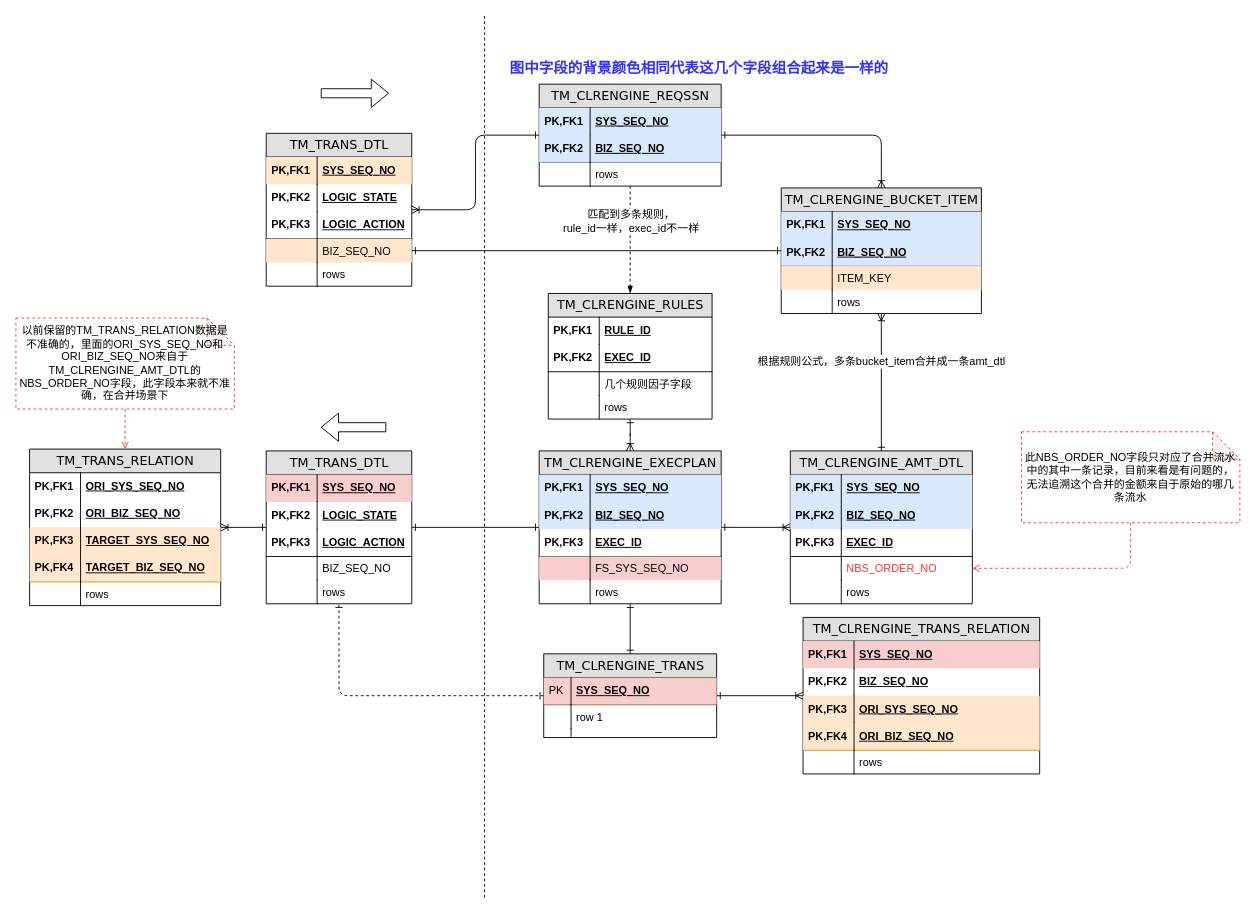
The draw.io diagram 清算引擎数据结构图.drawio in staconfree/design, before the edit. Source tidied: cells renumbered, new cells numbered last; positions are measured from the earlier drawing's top-left corner, leaving out a move shared by most shapes. Both pictures are drawn from the tidied source at 91%, with x=0, y=0 at pixel (15, 15).
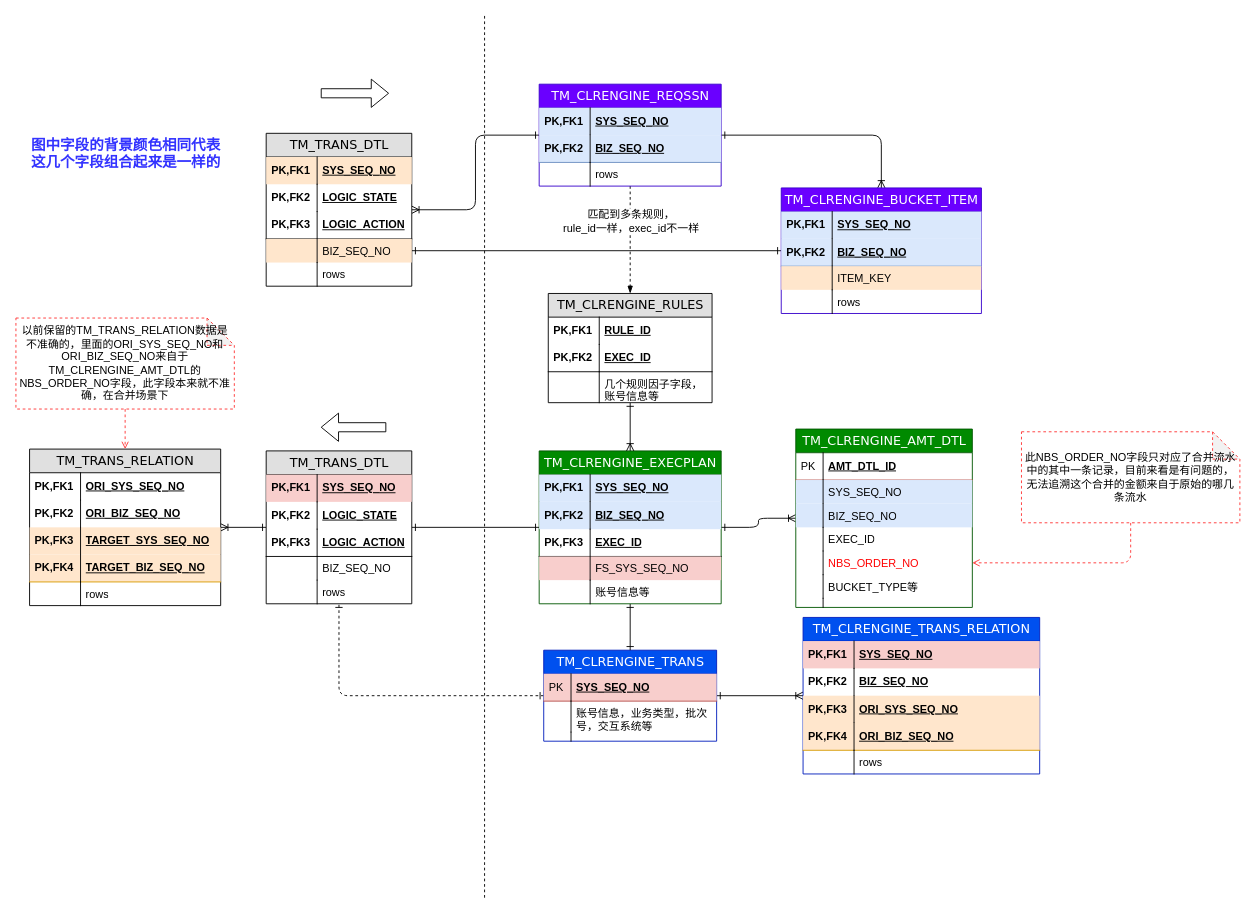
The same diagram, later.

Commit message:
更新清算引擎数据结构图.drawio

The change refers to these unchanged cells:
```xml
<mxCell id="94" value="&lt;div&gt;此NBS_ORDER_NO字段只对应了合并流水中的其中一条记录，目前来看是有问题的，无法追溯这个合并的金额来自于原始的哪几条流水&lt;/div&gt;" style="shape=note;whiteSpace=wrap;html=1;backgroundOutline=1;darkOpacity=0.05;dashed=1;strokeColor=#FF3333;" parent="1" vertex="1">
  <mxGeometry x="1105" y="457" width="240" height="100" as="geometry" />
</mxCell>
<mxCell id="97" value="&lt;div&gt;TM_TRANS_RELATION&lt;/div&gt;" style="swimlane;html=1;fontStyle=0;horizontal=1;startSize=26;fillColor=#e0e0e0;swimlaneFillColor=#ffffff;align=center;rounded=0;shadow=0;comic=0;labelBackgroundColor=none;strokeColor=#000000;strokeWidth=1;fontFamily=Verdana;fontSize=14;fontColor=#000000;" parent="1" vertex="1">
  <mxGeometry x="15" y="476" width="210" height="172" as="geometry" />
</mxCell>
```

Change to the diagram source:
```diff
@@
-    <mxCell id="4" value="TM_CLRENGINE_TRANS" style="swimlane;html=1;fontStyle=0;horizontal=1;startSize=26;fillColor=#e0e0e0;swimlaneFillColor=#ffffff;align=center;rounded=0;shadow=0;comic=0;labelBackgroundColor=none;strokeColor=#000000;strokeWidth=1;fontFamily=Verdana;fontSize=14;fontColor=#000000;swimlaneLine=1;" parent="1" vertex="1">
-      <mxGeometry x="580" y="701" width="190" height="92" as="geometry" />
+    <mxCell id="4" value="TM_CLRENGINE_TRANS" style="swimlane;html=1;fontStyle=0;horizontal=1;startSize=26;fillColor=#0050ef;swimlaneFillColor=#ffffff;align=center;rounded=0;shadow=0;comic=0;labelBackgroundColor=none;strokeColor=#001DBC;strokeWidth=1;fontFamily=Verdana;fontSize=14;swimlaneLine=1;fontColor=#ffffff;" parent="1" vertex="1">
+      <mxGeometry x="580" y="697" width="190" height="100" as="geometry" />
     </mxCell>
@@
-    <mxCell id="7" value="row 1" style="shape=partialRectangle;top=0;left=0;right=0;bottom=0;html=1;align=left;verticalAlign=top;fillColor=none;spacingLeft=34;spacingRight=4;whiteSpace=wrap;overflow=hidden;" parent="4" vertex="1">
-      <mxGeometry y="56" width="190" height="26" as="geometry" />
+    <mxCell id="7" value="账号信息，业务类型，批次号，交互系统等" style="shape=partialRectangle;top=0;left=0;right=0;bottom=0;html=1;align=left;verticalAlign=top;fillColor=none;spacingLeft=34;spacingRight=4;whiteSpace=wrap;overflow=hidden;" parent="4" vertex="1">
+      <mxGeometry y="56" width="190" height="34" as="geometry" />
     </mxCell>
     <mxCell id="8" style="shape=partialRectangle;top=0;left=0;bottom=0;html=1;fillColor=none;align=left;verticalAlign=top;spacingLeft=4;spacingRight=4;whiteSpace=wrap;overflow=hidden;" parent="7" vertex="1">
-      <mxGeometry width="30" height="26" as="geometry" />
+      <mxGeometry width="30" height="34" as="geometry" />
     </mxCell>
     <mxCell id="9" style="shape=partialRectangle;top=0;left=0;right=0;bottom=0;html=1;align=left;verticalAlign=top;fillColor=none;spacingLeft=34;spacingRight=4;whiteSpace=wrap;overflow=hidden;" parent="4" vertex="1">
-      <mxGeometry y="82" width="190" height="10" as="geometry" />
+      <mxGeometry y="90" width="190" height="10" as="geometry" />
     </mxCell>
@@
-    <mxCell id="27" value="TM_CLRENGINE_REQSSN" style="swimlane;html=1;fontStyle=0;horizontal=1;startSize=26;fillColor=#e0e0e0;swimlaneFillColor=#ffffff;align=center;rounded=0;shadow=0;comic=0;labelBackgroundColor=none;strokeColor=#000000;strokeWidth=1;fontFamily=Verdana;fontSize=14;fontColor=#000000;" parent="1" vertex="1">
+    <mxCell id="27" value="TM_CLRENGINE_REQSSN" style="swimlane;html=1;fontStyle=0;horizontal=1;startSize=26;fillColor=#6a00ff;swimlaneFillColor=#ffffff;align=center;rounded=0;shadow=0;comic=0;labelBackgroundColor=none;strokeColor=#3700CC;strokeWidth=1;fontFamily=Verdana;fontSize=14;fontColor=#ffffff;" parent="1" vertex="1">
       <mxGeometry x="575" y="75" width="200" height="112" as="geometry" />
     </mxCell>
@@
-    <mxCell id="37" value="TM_CLRENGINE_EXECPLAN" style="swimlane;html=1;fontStyle=0;horizontal=1;startSize=26;fillColor=#e0e0e0;swimlaneFillColor=#ffffff;align=center;rounded=0;shadow=0;comic=0;labelBackgroundColor=none;strokeColor=#000000;strokeWidth=1;fontFamily=Verdana;fontSize=14;fontColor=#000000;" parent="1" vertex="1">
+    <mxCell id="37" value="TM_CLRENGINE_EXECPLAN" style="swimlane;html=1;fontStyle=0;horizontal=1;startSize=26;fillColor=#008a00;swimlaneFillColor=#ffffff;align=center;rounded=0;shadow=0;comic=0;labelBackgroundColor=none;strokeColor=#005700;strokeWidth=1;fontFamily=Verdana;fontSize=14;fontColor=#ffffff;" parent="1" vertex="1">
       <mxGeometry x="575" y="478" width="200" height="168" as="geometry" />
     </mxCell>
@@
-    <mxCell id="46" value="&lt;div&gt;rows&lt;/div&gt;" style="shape=partialRectangle;top=0;left=0;right=0;bottom=0;html=1;align=left;verticalAlign=top;fillColor=none;spacingLeft=60;spacingRight=4;whiteSpace=wrap;overflow=hidden;" parent="37" vertex="1">
+    <mxCell id="46" value="账号信息等" style="shape=partialRectangle;top=0;left=0;right=0;bottom=0;html=1;align=left;verticalAlign=top;fillColor=none;spacingLeft=60;spacingRight=4;whiteSpace=wrap;overflow=hidden;" parent="37" vertex="1">
       <mxGeometry y="142" width="200" height="26" as="geometry" />
     </mxCell>
@@
-    <mxCell id="48" style="edgeStyle=orthogonalEdgeStyle;rounded=1;jettySize=auto;html=1;startArrow=ERoneToMany;startFill=0;endArrow=ERone;endFill=0;" parent="1" edge="1" source="50" target="59">
-      <mxGeometry relative="1" as="geometry" />
-    </mxCell>
-    <mxCell id="49" value="根据规则公式，多条bucket_item合并成一条amt_dtl" style="text;html=1;align=center;verticalAlign=middle;labelBackgroundColor=#ffffff;" parent="48" vertex="1">
-      <mxGeometry x="-0.31" y="-1" relative="1" as="geometry" />
-    </mxCell>
-    <mxCell id="50" value="TM_CLRENGINE_BUCKET_ITEM" style="swimlane;html=1;fontStyle=0;horizontal=1;startSize=26;fillColor=#e0e0e0;swimlaneFillColor=#ffffff;align=center;rounded=0;shadow=0;comic=0;labelBackgroundColor=none;strokeColor=#000000;strokeWidth=1;fontFamily=Verdana;fontSize=14;fontColor=#000000;" parent="1" vertex="1">
+    <mxCell id="50" value="TM_CLRENGINE_BUCKET_ITEM" style="swimlane;html=1;fontStyle=0;horizontal=1;startSize=26;fillColor=#6a00ff;swimlaneFillColor=#ffffff;align=center;rounded=0;shadow=0;comic=0;labelBackgroundColor=none;strokeColor=#3700CC;strokeWidth=1;fontFamily=Verdana;fontSize=14;fontColor=#ffffff;" parent="1" vertex="1">
       <mxGeometry x="841" y="189" width="220" height="138" as="geometry" />
     </mxCell>
@@
-    <mxCell id="59" value="TM_CLRENGINE_AMT_DTL" style="swimlane;html=1;fontStyle=0;horizontal=1;startSize=26;fillColor=#e0e0e0;swimlaneFillColor=#ffffff;align=center;rounded=0;shadow=0;comic=0;labelBackgroundColor=none;strokeColor=#000000;strokeWidth=1;fontFamily=Verdana;fontSize=14;fontColor=#000000;" parent="1" vertex="1">
-      <mxGeometry x="851" y="478" width="200" height="168" as="geometry" />
-    </mxCell>
-    <mxCell id="60" value="SYS_SEQ_NO" style="shape=partialRectangle;top=0;left=0;right=0;bottom=0;html=1;align=left;verticalAlign=middle;fillColor=#dae8fc;spacingLeft=60;spacingRight=4;whiteSpace=wrap;overflow=hidden;fontStyle=5;strokeColor=#6c8ebf;" parent="59" vertex="1">
-      <mxGeometry y="26" width="200" height="30" as="geometry" />
-    </mxCell>
-    <mxCell id="61" value="PK,FK1" style="shape=partialRectangle;fontStyle=1;top=0;left=0;bottom=0;html=1;fillColor=none;align=left;verticalAlign=middle;spacingLeft=4;spacingRight=4;whiteSpace=wrap;overflow=hidden;" parent="60" vertex="1">
-      <mxGeometry width="56" height="30" as="geometry" />
-    </mxCell>
-    <mxCell id="62" value="BIZ_SEQ_NO" style="shape=partialRectangle;top=0;left=0;right=0;bottom=0;html=1;align=left;verticalAlign=middle;fillColor=#dae8fc;spacingLeft=60;spacingRight=4;whiteSpace=wrap;overflow=hidden;fontStyle=5;strokeColor=#6c8ebf;" parent="59" vertex="1">
-      <mxGeometry y="56" width="200" height="30" as="geometry" />
-    </mxCell>
-    <mxCell id="63" value="PK,FK2" style="shape=partialRectangle;fontStyle=1;top=0;left=0;bottom=0;html=1;fillColor=none;align=left;verticalAlign=middle;spacingLeft=4;spacingRight=4;whiteSpace=wrap;overflow=hidden;" parent="62" vertex="1">
-      <mxGeometry width="56" height="30" as="geometry" />
-    </mxCell>
-    <mxCell id="64" value="EXEC_ID" style="shape=partialRectangle;top=0;left=0;right=0;bottom=1;html=1;align=left;verticalAlign=middle;fillColor=none;spacingLeft=60;spacingRight=4;whiteSpace=wrap;overflow=hidden;fontStyle=5;" parent="59" vertex="1">
-      <mxGeometry y="86" width="200" height="30" as="geometry" />
-    </mxCell>
-    <mxCell id="65" value="&lt;div&gt;PK,FK3&lt;/div&gt;" style="shape=partialRectangle;fontStyle=1;top=0;left=0;bottom=0;html=1;fillColor=none;align=left;verticalAlign=middle;spacingLeft=4;spacingRight=4;whiteSpace=wrap;overflow=hidden;" parent="64" vertex="1">
-      <mxGeometry width="56" height="30" as="geometry" />
-    </mxCell>
-    <mxCell id="66" value="NBS_ORDER_NO" style="shape=partialRectangle;top=0;left=0;right=0;bottom=0;html=1;align=left;verticalAlign=top;fillColor=none;spacingLeft=60;spacingRight=4;whiteSpace=wrap;overflow=hidden;points=[[0,0.5],[1,0.5]];portConstraint=eastwest;fontColor=#FF3333;" parent="59" vertex="1">
-      <mxGeometry y="116" width="200" height="26" as="geometry" />
-    </mxCell>
-    <mxCell id="67" style="shape=partialRectangle;top=0;left=0;bottom=0;html=1;fillColor=none;align=left;verticalAlign=top;spacingLeft=4;spacingRight=4;whiteSpace=wrap;overflow=hidden;" parent="66" vertex="1">
-      <mxGeometry width="56" height="26" as="geometry" />
-    </mxCell>
-    <mxCell id="68" value="&lt;div&gt;rows&lt;/div&gt;" style="shape=partialRectangle;top=0;left=0;right=0;bottom=0;html=1;align=left;verticalAlign=top;fillColor=none;spacingLeft=60;spacingRight=4;whiteSpace=wrap;overflow=hidden;" parent="59" vertex="1">
-      <mxGeometry y="142" width="200" height="26" as="geometry" />
-    </mxCell>
-    <mxCell id="69" style="shape=partialRectangle;top=0;left=0;bottom=0;html=1;fillColor=none;align=left;verticalAlign=top;spacingLeft=4;spacingRight=4;whiteSpace=wrap;overflow=hidden;" parent="68" vertex="1">
-      <mxGeometry width="56" height="26" as="geometry" />
-    </mxCell>
@@
     <mxCell id="84" value="TM_CLRENGINE_RULES" style="swimlane;html=1;fontStyle=0;horizontal=1;startSize=26;fillColor=#e0e0e0;swimlaneFillColor=#ffffff;align=center;rounded=0;shadow=0;comic=0;labelBackgroundColor=none;strokeColor=#000000;strokeWidth=1;fontFamily=Verdana;fontSize=14;fontColor=#000000;" parent="1" vertex="1">
-      <mxGeometry x="585" y="305" width="180" height="138" as="geometry" />
+      <mxGeometry x="585" y="305" width="180" height="120" as="geometry" />
     </mxCell>
@@
-    <mxCell id="89" value="几个规则因子字段" style="shape=partialRectangle;top=0;left=0;right=0;bottom=0;html=1;align=left;verticalAlign=top;fillColor=none;spacingLeft=60;spacingRight=4;whiteSpace=wrap;overflow=hidden;" parent="84" vertex="1">
-      <mxGeometry y="86" width="180" height="26" as="geometry" />
+    <mxCell id="89" value="几个规则因子字段，账号信息等" style="shape=partialRectangle;top=0;left=0;right=0;bottom=0;html=1;align=left;verticalAlign=top;fillColor=none;spacingLeft=60;spacingRight=4;whiteSpace=wrap;overflow=hidden;" parent="84" vertex="1">
+      <mxGeometry y="86" width="180" height="34" as="geometry" />
     </mxCell>
     <mxCell id="90" style="shape=partialRectangle;top=0;left=0;bottom=0;html=1;fillColor=none;align=left;verticalAlign=top;spacingLeft=4;spacingRight=4;whiteSpace=wrap;overflow=hidden;" parent="89" vertex="1">
-      <mxGeometry width="56" height="26" as="geometry" />
+      <mxGeometry width="56" height="34" as="geometry" />
     </mxCell>
-    <mxCell id="91" value="&lt;div&gt;rows&lt;/div&gt;" style="shape=partialRectangle;top=0;left=0;right=0;bottom=0;html=1;align=left;verticalAlign=top;fillColor=none;spacingLeft=60;spacingRight=4;whiteSpace=wrap;overflow=hidden;" parent="84" vertex="1">
-      <mxGeometry y="112" width="180" height="26" as="geometry" />
-    </mxCell>
-    <mxCell id="92" style="shape=partialRectangle;top=0;left=0;bottom=0;html=1;fillColor=none;align=left;verticalAlign=top;spacingLeft=4;spacingRight=4;whiteSpace=wrap;overflow=hidden;" parent="91" vertex="1">
-      <mxGeometry width="56" height="26" as="geometry" />
-    </mxCell>
-    <mxCell id="93" style="edgeStyle=orthogonalEdgeStyle;rounded=1;jettySize=auto;html=1;startArrow=none;startFill=0;endArrow=open;endFill=0;dashed=1;strokeColor=#FF3333;" parent="1" edge="1" source="94" target="66">
+    <mxCell id="93" style="edgeStyle=orthogonalEdgeStyle;rounded=1;jettySize=auto;html=1;startArrow=none;startFill=0;endArrow=open;endFill=0;dashed=1;strokeColor=#FF3333;entryX=1;entryY=0.5;entryDx=0;entryDy=0;" parent="1" edge="1" source="94" target="66">
       <mxGeometry relative="1" as="geometry" />
     </mxCell>
@@
-    <mxCell id="102" value="TARGET_SYS_SEQ_NO" style="shape=partialRectangle;top=0;left=0;right=0;bottom=0;html=1;align=left;verticalAlign=middle;fillColor=#ffe6cc;spacingLeft=60;spacingRight=4;whiteSpace=wrap;overflow=hidden;fontStyle=5;strokeColor=#d79b00;" parent="97" vertex="1">
+    <mxCell id="102" value="TARGET_SYS_SEQ_NO" style="shape=partialRectangle;top=0;left=0;right=0;bottom=0;html=1;align=left;verticalAlign=middle;fillColor=#FFE6CC;spacingLeft=60;spacingRight=4;whiteSpace=wrap;overflow=hidden;fontStyle=5;strokeColor=#d79b00;" parent="97" vertex="1">
       <mxGeometry y="86" width="210" height="30" as="geometry" />
     </mxCell>
@@
-    <mxCell id="110" value="图中字段的背景颜色相同代表这几个字段组合起来是一样的" style="text;html=1;align=left;verticalAlign=top;spacingTop=-4;fontStyle=1;fontSize=16;fontColor=#3333FF;" parent="1" vertex="1">
-      <mxGeometry x="541" y="45" width="410" height="20" as="geometry" />
+    <mxCell id="110" value="&lt;div&gt;图中字段的背景颜色相同代表&lt;/div&gt;&lt;div&gt;这几个字段组合起来是一样的&lt;/div&gt;" style="text;html=1;align=left;verticalAlign=top;spacingTop=-4;fontStyle=1;fontSize=16;fontColor=#3333FF;" parent="1" vertex="1">
+      <mxGeometry x="15" y="130" width="220" height="40" as="geometry" />
     </mxCell>
-    <mxCell id="111" value="&lt;div&gt;TM_CLRENGINE_TRANS_RELATION&lt;/div&gt;" style="swimlane;html=1;fontStyle=0;horizontal=1;startSize=26;fillColor=#e0e0e0;swimlaneFillColor=#ffffff;align=center;rounded=0;shadow=0;comic=0;labelBackgroundColor=none;strokeColor=#000000;strokeWidth=1;fontFamily=Verdana;fontSize=14;fontColor=#000000;" parent="1" vertex="1">
+    <mxCell id="111" value="&lt;div&gt;TM_CLRENGINE_TRANS_RELATION&lt;/div&gt;" style="swimlane;html=1;fontStyle=0;horizontal=1;startSize=26;fillColor=#0050ef;swimlaneFillColor=#ffffff;align=center;rounded=0;shadow=0;comic=0;labelBackgroundColor=none;strokeColor=#001DBC;strokeWidth=1;fontFamily=Verdana;fontSize=14;fontColor=#ffffff;" parent="1" vertex="1">
       <mxGeometry x="865" y="661" width="260" height="172" as="geometry" />
     </mxCell>
@@
+    <mxCell id="59" value="TM_CLRENGINE_AMT_DTL" style="swimlane;html=1;fontStyle=0;horizontal=1;startSize=26;fillColor=#008a00;swimlaneFillColor=#ffffff;align=center;rounded=0;shadow=0;comic=0;labelBackgroundColor=none;strokeColor=#005700;strokeWidth=1;fontFamily=Verdana;fontSize=14;swimlaneLine=1;fontColor=#ffffff;" parent="1" vertex="1">
+      <mxGeometry x="857" y="454" width="194" height="196" as="geometry" />
+    </mxCell>
+    <mxCell id="122" value="AMT_DTL_ID" style="shape=partialRectangle;top=0;left=0;right=0;bottom=1;html=1;align=left;verticalAlign=middle;fillColor=none;spacingLeft=34;spacingRight=4;whiteSpace=wrap;overflow=hidden;fontStyle=5;strokeColor=#b85450;" parent="59" vertex="1">
+      <mxGeometry y="26" width="194" height="30" as="geometry" />
+    </mxCell>
+    <mxCell id="123" value="PK" style="shape=partialRectangle;top=0;left=0;bottom=0;html=1;fillColor=none;align=left;verticalAlign=middle;spacingLeft=4;spacingRight=4;whiteSpace=wrap;overflow=hidden;" parent="122" vertex="1">
+      <mxGeometry width="30" height="30" as="geometry" />
+    </mxCell>
+    <mxCell id="60" value="SYS_SEQ_NO" style="shape=partialRectangle;top=0;left=0;right=0;bottom=0;html=1;align=left;verticalAlign=top;fillColor=#DAE8FC;spacingLeft=34;spacingRight=4;whiteSpace=wrap;overflow=hidden;" parent="59" vertex="1">
+      <mxGeometry y="56" width="194" height="26" as="geometry" />
+    </mxCell>
+    <mxCell id="124" style="shape=partialRectangle;top=0;left=0;bottom=0;html=1;fillColor=none;align=left;verticalAlign=top;spacingLeft=4;spacingRight=4;whiteSpace=wrap;overflow=hidden;" parent="60" vertex="1">
+      <mxGeometry width="30" height="26" as="geometry" />
+    </mxCell>
+    <mxCell id="62" value="BIZ_SEQ_NO" style="shape=partialRectangle;top=0;left=0;right=0;bottom=0;html=1;align=left;verticalAlign=top;fillColor=#DAE8FC;spacingLeft=34;spacingRight=4;whiteSpace=wrap;overflow=hidden;" parent="59" vertex="1">
+      <mxGeometry y="82" width="194" height="26" as="geometry" />
+    </mxCell>
+    <mxCell id="125" style="shape=partialRectangle;top=0;left=0;bottom=0;html=1;fillColor=none;align=left;verticalAlign=top;spacingLeft=4;spacingRight=4;whiteSpace=wrap;overflow=hidden;" parent="62" vertex="1">
+      <mxGeometry width="30" height="26" as="geometry" />
+    </mxCell>
+    <mxCell id="64" value="EXEC_ID" style="shape=partialRectangle;top=0;left=0;right=0;bottom=0;html=1;align=left;verticalAlign=top;fillColor=none;spacingLeft=34;spacingRight=4;whiteSpace=wrap;overflow=hidden;" parent="59" vertex="1">
+      <mxGeometry y="108" width="194" height="26" as="geometry" />
+    </mxCell>
+    <mxCell id="126" style="shape=partialRectangle;top=0;left=0;bottom=0;html=1;fillColor=none;align=left;verticalAlign=top;spacingLeft=4;spacingRight=4;whiteSpace=wrap;overflow=hidden;" parent="64" vertex="1">
+      <mxGeometry width="30" height="26" as="geometry" />
+    </mxCell>
+    <mxCell id="66" value="NBS_ORDER_NO" style="shape=partialRectangle;top=0;left=0;right=0;bottom=0;html=1;align=left;verticalAlign=top;fillColor=none;spacingLeft=34;spacingRight=4;whiteSpace=wrap;overflow=hidden;points=[[0,0.5],[1,0.5]];portConstraint=eastwest;fontColor=#FF0000;" parent="59" vertex="1">
+      <mxGeometry y="134" width="194" height="26" as="geometry" />
+    </mxCell>
+    <mxCell id="127" style="shape=partialRectangle;top=0;left=0;bottom=0;html=1;fillColor=none;align=left;verticalAlign=top;spacingLeft=4;spacingRight=4;whiteSpace=wrap;overflow=hidden;" parent="66" vertex="1">
+      <mxGeometry width="30" height="26" as="geometry" />
+    </mxCell>
+    <mxCell id="128" value="BUCKET_TYPE等" style="shape=partialRectangle;top=0;left=0;right=0;bottom=0;html=1;align=left;verticalAlign=top;fillColor=none;spacingLeft=34;spacingRight=4;whiteSpace=wrap;overflow=hidden;" parent="59" vertex="1">
+      <mxGeometry y="160" width="194" height="26" as="geometry" />
+    </mxCell>
+    <mxCell id="129" style="shape=partialRectangle;top=0;left=0;bottom=0;html=1;fillColor=none;align=left;verticalAlign=top;spacingLeft=4;spacingRight=4;whiteSpace=wrap;overflow=hidden;" parent="128" vertex="1">
+      <mxGeometry width="30" height="26" as="geometry" />
+    </mxCell>
+    <mxCell id="130" style="shape=partialRectangle;top=0;left=0;right=0;bottom=0;html=1;align=left;verticalAlign=top;fillColor=none;spacingLeft=34;spacingRight=4;whiteSpace=wrap;overflow=hidden;" parent="59" vertex="1">
+      <mxGeometry y="186" width="194" height="10" as="geometry" />
+    </mxCell>
+    <mxCell id="131" style="shape=partialRectangle;top=0;left=0;bottom=0;html=1;fillColor=none;align=left;verticalAlign=top;spacingLeft=4;spacingRight=4;whiteSpace=wrap;overflow=hidden;" parent="130" vertex="1">
+      <mxGeometry width="30" height="10" as="geometry" />
+    </mxCell>
```
